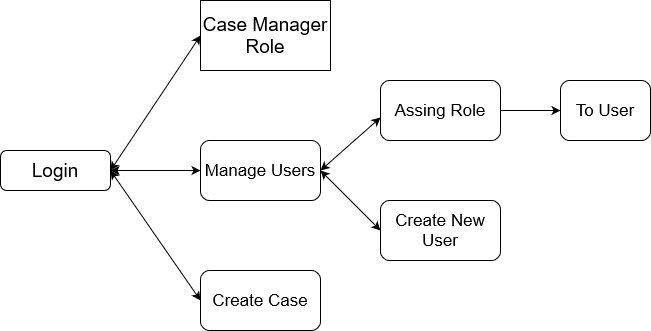
This is Platform_roles_diagrams/AdminPlatformRole.drawio.png from prusovak2/SwProjectDiagrams, a draw.io export, as it was before one commit. Source tidied: cells renumbered, new cells last; positions are measured from the earlier drawing's top-left corner, leaving out a move shared by most shapes. The source it was exported from:
```xml
<mxGraphModel>
  <root>
    <mxCell id="0" />
    <mxCell id="1" parent="0" />
    <mxCell id="2" value="&lt;font style=&quot;font-size: 19px&quot;&gt;Login&lt;/font&gt;" style="rounded=1;whiteSpace=wrap;html=1;" parent="1" vertex="1">
      <mxGeometry y="150" width="110" height="40" as="geometry" />
    </mxCell>
    <mxCell id="3" style="endArrow=classic;startArrow=classic;html=1;rounded=0;fontSize=19;exitX=1;exitY=0.5;exitDx=0;exitDy=0;entryX=0;entryY=0.5;entryDx=0;entryDy=0;" parent="1" edge="1" source="2" target="5">
      <mxGeometry relative="1" as="geometry" />
    </mxCell>
    <mxCell id="4" style="group;" parent="1" vertex="1">
      <mxGeometry x="200" width="150" height="70" as="geometry" />
    </mxCell>
    <mxCell id="5" value="Case Manager Role" style="rounded=0;whiteSpace=wrap;html=1;fontSize=19;" parent="4" vertex="1">
      <mxGeometry width="130" height="70" as="geometry" />
    </mxCell>
    <mxCell id="6" value="Manage Users" style="rounded=1;whiteSpace=wrap;html=1;fontSize=17;strokeWidth=1;" parent="1" vertex="1">
      <mxGeometry x="200" y="140" width="120" height="60" as="geometry" />
    </mxCell>
    <mxCell id="7" style="edgeStyle=orthogonalEdgeStyle;rounded=0;jettySize=auto;html=1;entryX=0;entryY=0.5;entryDx=0;entryDy=0;fontSize=17;" parent="1" edge="1" source="8" target="11">
      <mxGeometry relative="1" as="geometry" />
    </mxCell>
    <mxCell id="8" value="Assing Role" style="rounded=1;whiteSpace=wrap;html=1;fontSize=17;strokeWidth=1;" parent="1" vertex="1">
      <mxGeometry x="380" y="80" width="120" height="60" as="geometry" />
    </mxCell>
    <mxCell id="9" value="Create New User" style="rounded=1;whiteSpace=wrap;html=1;fontSize=17;strokeWidth=1;" parent="1" vertex="1">
      <mxGeometry x="380" y="200" width="120" height="60" as="geometry" />
    </mxCell>
    <mxCell id="10" value="Create Case" style="rounded=1;whiteSpace=wrap;html=1;fontSize=17;strokeWidth=1;" parent="1" vertex="1">
      <mxGeometry x="200" y="270" width="120" height="60" as="geometry" />
    </mxCell>
    <mxCell id="11" value="To User" style="rounded=1;whiteSpace=wrap;html=1;fontSize=17;strokeWidth=1;" parent="1" vertex="1">
      <mxGeometry x="560" y="80" width="90" height="60" as="geometry" />
    </mxCell>
    <mxCell id="12" style="endArrow=classic;startArrow=classic;html=1;rounded=0;fontSize=17;exitX=1;exitY=0.5;exitDx=0;exitDy=0;entryX=0;entryY=0.5;entryDx=0;entryDy=0;" parent="1" edge="1" source="2" target="6">
      <mxGeometry relative="1" as="geometry" />
    </mxCell>
    <mxCell id="13" style="endArrow=classic;startArrow=classic;html=1;rounded=0;fontSize=17;exitX=1;exitY=0.5;exitDx=0;exitDy=0;entryX=0;entryY=0.617;entryDx=0;entryDy=0;entryPerimeter=0;" parent="1" edge="1" source="6" target="8">
      <mxGeometry relative="1" as="geometry" />
    </mxCell>
    <mxCell id="14" style="endArrow=classic;startArrow=classic;html=1;rounded=0;fontSize=17;entryX=0;entryY=0.5;entryDx=0;entryDy=0;" parent="1" edge="1" target="9">
      <mxGeometry relative="1" as="geometry">
        <mxPoint x="320" y="170" as="sourcePoint" />
      </mxGeometry>
    </mxCell>
    <mxCell id="15" style="endArrow=classic;startArrow=classic;html=1;rounded=0;fontSize=17;entryX=0;entryY=0.5;entryDx=0;entryDy=0;" parent="1" edge="1" target="10">
      <mxGeometry relative="1" as="geometry">
        <mxPoint x="110" y="170" as="sourcePoint" />
      </mxGeometry>
    </mxCell>
  </root>
</mxGraphModel>
```
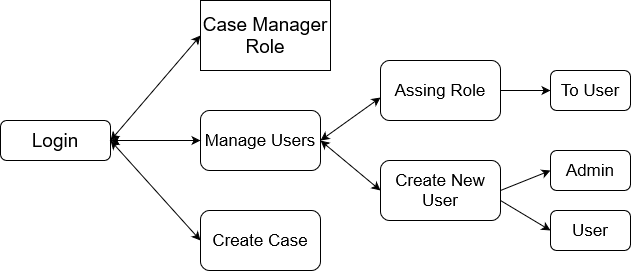
Later version of the same file.

Diff of the diagram source:
```diff
@@ -9,7 +9,7 @@
       <mxGeometry relative="1" as="geometry" />
     </mxCell>
     <mxCell id="4" style="group;" parent="1" vertex="1">
-      <mxGeometry x="200" width="150" height="70" as="geometry" />
+      <mxGeometry x="200" y="30" width="150" height="70" as="geometry" />
     </mxCell>
     <mxCell id="5" value="Case Manager Role" style="rounded=0;whiteSpace=wrap;html=1;fontSize=19;" parent="4" vertex="1">
       <mxGeometry width="130" height="70" as="geometry" />
@@ -17,20 +17,20 @@
     <mxCell id="6" value="Manage Users" style="rounded=1;whiteSpace=wrap;html=1;fontSize=17;strokeWidth=1;" parent="1" vertex="1">
       <mxGeometry x="200" y="140" width="120" height="60" as="geometry" />
     </mxCell>
-    <mxCell id="7" style="edgeStyle=orthogonalEdgeStyle;rounded=0;jettySize=auto;html=1;entryX=0;entryY=0.5;entryDx=0;entryDy=0;fontSize=17;" parent="1" edge="1" source="8" target="11">
+    <mxCell id="7" style="edgeStyle=orthogonalEdgeStyle;rounded=0;jettySize=auto;html=1;exitX=1;exitY=0.5;exitDx=0;exitDy=0;entryX=0;entryY=0.5;entryDx=0;entryDy=0;fontSize=17;" parent="1" edge="1" source="8" target="11">
       <mxGeometry relative="1" as="geometry" />
     </mxCell>
     <mxCell id="8" value="Assing Role" style="rounded=1;whiteSpace=wrap;html=1;fontSize=17;strokeWidth=1;" parent="1" vertex="1">
-      <mxGeometry x="380" y="80" width="120" height="60" as="geometry" />
+      <mxGeometry x="380" y="90" width="120" height="60" as="geometry" />
     </mxCell>
     <mxCell id="9" value="Create New User" style="rounded=1;whiteSpace=wrap;html=1;fontSize=17;strokeWidth=1;" parent="1" vertex="1">
-      <mxGeometry x="380" y="200" width="120" height="60" as="geometry" />
+      <mxGeometry x="380" y="190" width="120" height="60" as="geometry" />
     </mxCell>
     <mxCell id="10" value="Create Case" style="rounded=1;whiteSpace=wrap;html=1;fontSize=17;strokeWidth=1;" parent="1" vertex="1">
-      <mxGeometry x="200" y="270" width="120" height="60" as="geometry" />
+      <mxGeometry x="200" y="240" width="120" height="60" as="geometry" />
     </mxCell>
     <mxCell id="11" value="To User" style="rounded=1;whiteSpace=wrap;html=1;fontSize=17;strokeWidth=1;" parent="1" vertex="1">
-      <mxGeometry x="560" y="80" width="90" height="60" as="geometry" />
+      <mxGeometry x="550" y="100" width="80" height="40" as="geometry" />
     </mxCell>
     <mxCell id="12" style="endArrow=classic;startArrow=classic;html=1;rounded=0;fontSize=17;exitX=1;exitY=0.5;exitDx=0;exitDy=0;entryX=0;entryY=0.5;entryDx=0;entryDy=0;" parent="1" edge="1" source="2" target="6">
       <mxGeometry relative="1" as="geometry" />
@@ -48,5 +48,19 @@
         <mxPoint x="110" y="170" as="sourcePoint" />
       </mxGeometry>
     </mxCell>
+    <mxCell id="16" value="&lt;font style=&quot;font-size: 17px&quot;&gt;Admin&lt;/font&gt;" style="rounded=1;whiteSpace=wrap;html=1;" parent="1" vertex="1">
+      <mxGeometry x="550" y="180" width="80" height="40" as="geometry" />
+    </mxCell>
+    <mxCell id="17" value="User" style="rounded=1;whiteSpace=wrap;html=1;fontSize=17;strokeWidth=1;" parent="1" vertex="1">
+      <mxGeometry x="550" y="240" width="80" height="40" as="geometry" />
+    </mxCell>
+    <mxCell id="18" style="endArrow=classic;html=1;rounded=0;fontSize=17;exitX=1;exitY=0.5;exitDx=0;exitDy=0;entryX=0;entryY=0.5;entryDx=0;entryDy=0;" parent="1" edge="1" source="9" target="16">
+      <mxGeometry relative="1" as="geometry" />
+    </mxCell>
+    <mxCell id="19" style="endArrow=classic;html=1;rounded=0;fontSize=17;entryX=0;entryY=0.5;entryDx=0;entryDy=0;" parent="1" edge="1" target="17">
+      <mxGeometry relative="1" as="geometry">
+        <mxPoint x="500" y="230" as="sourcePoint" />
+      </mxGeometry>
+    </mxCell>
   </root>
 </mxGraphModel>
```
